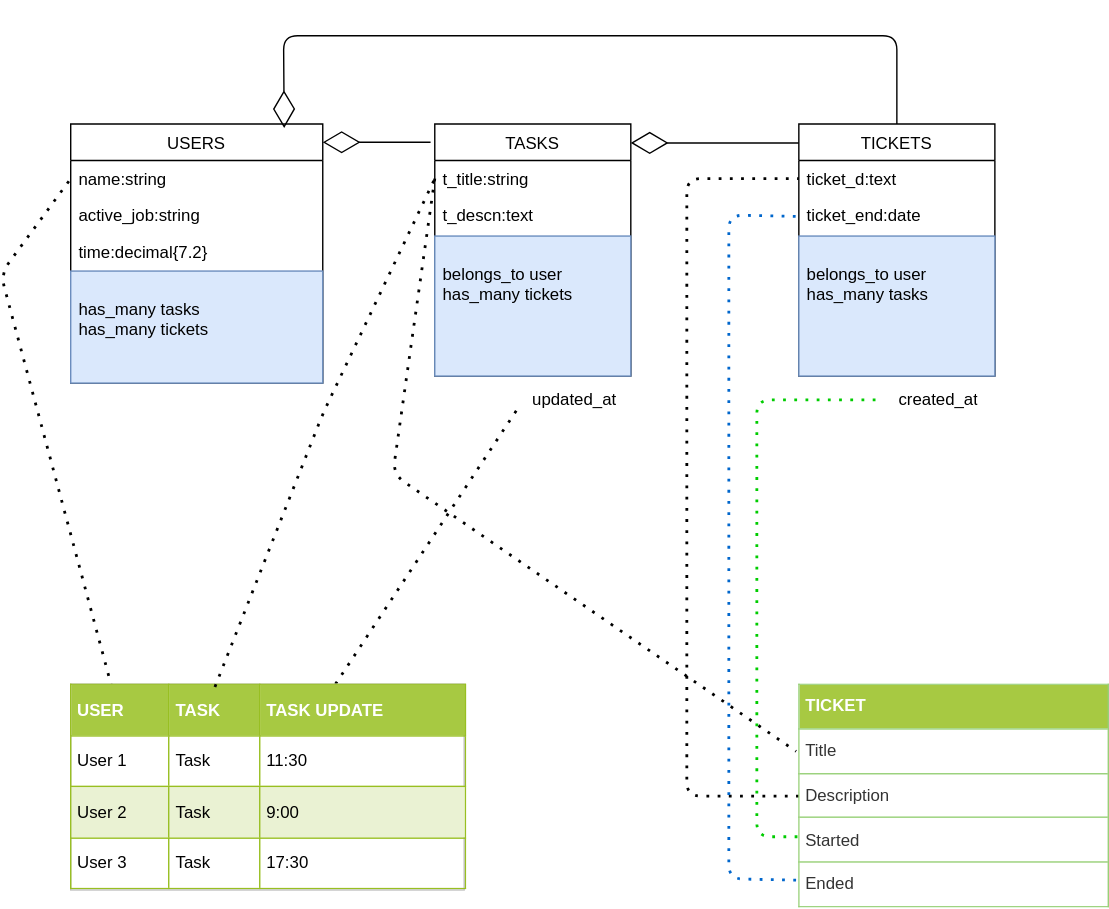
Earlier version of the draw.io export MyApp.svg (Roru-cmd/Myapp). Source tidied: cells renumbered, new cells last; positions are measured from the earlier drawing's top-left corner, leaving out a move shared by most shapes.
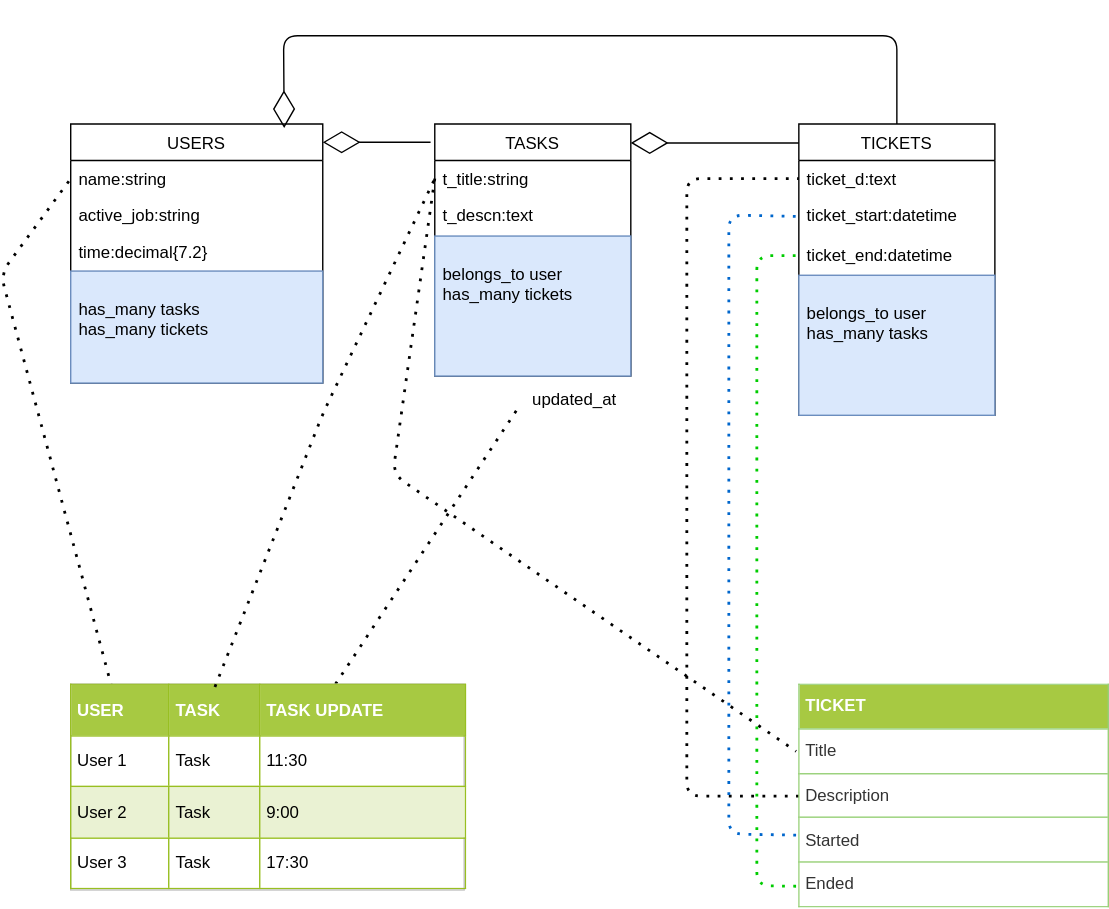
After the change.

Change to the diagram source:
```diff
@@ -30,16 +30,19 @@
       <mxGeometry y="80" width="140" height="100" as="geometry" />
     </mxCell>
     <mxCell id="11" value="TICKETS" style="swimlane;fontStyle=0;horizontal=1;startSize=26;fillColor=none;" parent="1" vertex="1">
-      <mxGeometry x="570" y="63" width="140" height="180" as="geometry" />
+      <mxGeometry x="570" y="63" width="140" height="208" as="geometry" />
     </mxCell>
     <mxCell id="12" value="ticket_d:text" style="text;strokeColor=none;fillColor=none;align=left;verticalAlign=top;spacingLeft=4;spacingRight=4;overflow=hidden;points=[[0,0.5],[1,0.5]];portConstraint=eastwest;" parent="11" vertex="1">
       <mxGeometry y="26" width="140" height="26" as="geometry" />
     </mxCell>
+    <mxCell id="30" value="ticket_start:datetime" style="text;strokeColor=none;fillColor=none;align=left;verticalAlign=top;spacingLeft=4;spacingRight=4;overflow=hidden;points=[[0,0.5],[1,0.5]];portConstraint=eastwest;" parent="11" vertex="1">
+      <mxGeometry y="52" width="140" height="28" as="geometry" />
+    </mxCell>
-    <mxCell id="13" value="ticket_end:date" style="text;strokeColor=none;fillColor=none;align=left;verticalAlign=top;spacingLeft=4;spacingRight=4;overflow=hidden;points=[[0,0.5],[1,0.5]];portConstraint=eastwest;" parent="11" vertex="1">
-      <mxGeometry y="52" width="140" height="28" as="geometry" />
+    <mxCell id="13" value="ticket_end:datetime" style="text;strokeColor=none;fillColor=none;align=left;verticalAlign=top;spacingLeft=4;spacingRight=4;overflow=hidden;points=[[0,0.5],[1,0.5]];portConstraint=eastwest;" parent="11" vertex="1">
+      <mxGeometry y="80" width="140" height="28" as="geometry" />
     </mxCell>
     <mxCell id="14" value="&#10;belongs_to user&#10;has_many tasks" style="text;strokeColor=#6c8ebf;fillColor=#dae8fc;align=left;verticalAlign=top;spacingLeft=4;spacingRight=4;overflow=hidden;" parent="11" vertex="1">
-      <mxGeometry y="80" width="140" height="100" as="geometry" />
+      <mxGeometry y="108" width="140" height="100" as="geometry" />
     </mxCell>
     <mxCell id="15" style="endArrow=diamondThin;endFill=0;endSize=24;html=1;" parent="1" edge="1">
       <mxGeometry x="200" y="193" as="geometry">
@@ -66,11 +69,6 @@
         </Array>
       </mxGeometry>
     </mxCell>
-    <object id="19" label="created_at" name="Variable" placeholders="1">
-      <mxCell style="text;html=1;strokeColor=none;fillColor=none;align=center;verticalAlign=middle;whiteSpace=wrap;overflow=hidden;" parent="1" vertex="1">
-        <mxGeometry x="630" y="250" width="80" height="20" as="geometry" />
-      </mxCell>
-    </object>
     <mxCell id="20" style="endArrow=diamondThin;endFill=0;endSize=24;html=1;exitX=0;exitY=0.25;exitDx=0;exitDy=0;entryX=1;entryY=0.25;entryDx=0;entryDy=0;" parent="1" edge="1">
       <mxGeometry x="210" y="197" as="geometry">
         <mxPoint x="570" y="76.5" as="sourcePoint" />
@@ -116,20 +114,19 @@
     <mxCell id="27" value="&lt;table border=&quot;1&quot; width=&quot;100%&quot; cellpadding=&quot;4&quot; style=&quot;width: 100% ; height: 100% ; border-collapse: collapse ; border: 1px solid rgb(151 , 208 , 119)&quot;&gt;&lt;tbody&gt;&lt;tr style=&quot;background-color: rgb(167 , 201 , 66) ; color: rgb(255 , 255 , 255)&quot;&gt;&lt;th align=&quot;left&quot;&gt;TICKET&lt;/th&gt;&lt;/tr&gt;&lt;tr&gt;&lt;td&gt;Title&lt;/td&gt;&lt;/tr&gt;&lt;tr&gt;&lt;td&gt;Description&lt;/td&gt;&lt;/tr&gt;&lt;tr&gt;&lt;td&gt;Started&amp;nbsp;&lt;/td&gt;&lt;/tr&gt;&lt;tr&gt;&lt;td&gt;Ended&lt;/td&gt;&lt;/tr&gt;&lt;/tbody&gt;&lt;/table&gt;" style="text;html=1;overflow=fill;rounded=0;fontColor=#333333;" parent="1" vertex="1">
       <mxGeometry x="570" y="463" width="220" height="160" as="geometry" />
     </mxCell>
-    <mxCell id="28" style="endArrow=none;dashed=1;html=1;dashPattern=1 3;strokeWidth=2;entryX=0;entryY=0.5;entryDx=0;entryDy=0;exitX=-0.009;exitY=0.875;exitDx=0;exitDy=0;exitPerimeter=0;strokeColor=#0066CC;" parent="1" edge="1" source="27" target="13">
+    <mxCell id="28" style="endArrow=none;dashed=1;html=1;dashPattern=1 3;strokeWidth=2;entryX=0;entryY=0.5;entryDx=0;entryDy=0;strokeColor=#0066CC;exitX=-0.009;exitY=0.674;exitDx=0;exitDy=0;exitPerimeter=0;" parent="1" edge="1" source="27" target="30">
       <mxGeometry x="200" y="353" as="geometry">
         <Array as="points">
-          <mxPoint x="520" y="602" />
+          <mxPoint x="520" y="570" />
           <mxPoint x="520" y="128" />
         </Array>
       </mxGeometry>
     </mxCell>
-    <mxCell id="29" style="endArrow=none;dashed=1;html=1;dashPattern=1 3;strokeWidth=2;entryX=0;entryY=0.5;entryDx=0;entryDy=0;strokeColor=#00CC00;" parent="1" edge="1" target="19">
-      <mxGeometry x="200" y="353" as="geometry">
-        <mxPoint x="569" y="572" as="sourcePoint" />
+    <mxCell id="29" style="endArrow=none;dashed=1;html=1;dashPattern=1 3;strokeWidth=2;entryX=0;entryY=0.5;entryDx=0;entryDy=0;strokeColor=#00CC00;exitX=-0.009;exitY=0.902;exitDx=0;exitDy=0;exitPerimeter=0;" parent="1" edge="1" source="27" target="13">
+      <mxGeometry x="210" y="253" as="geometry">
         <Array as="points">
-          <mxPoint x="540" y="572" />
-          <mxPoint x="540" y="260" />
+          <mxPoint x="540" y="607" />
+          <mxPoint x="540" y="157" />
         </Array>
       </mxGeometry>
     </mxCell>
```
